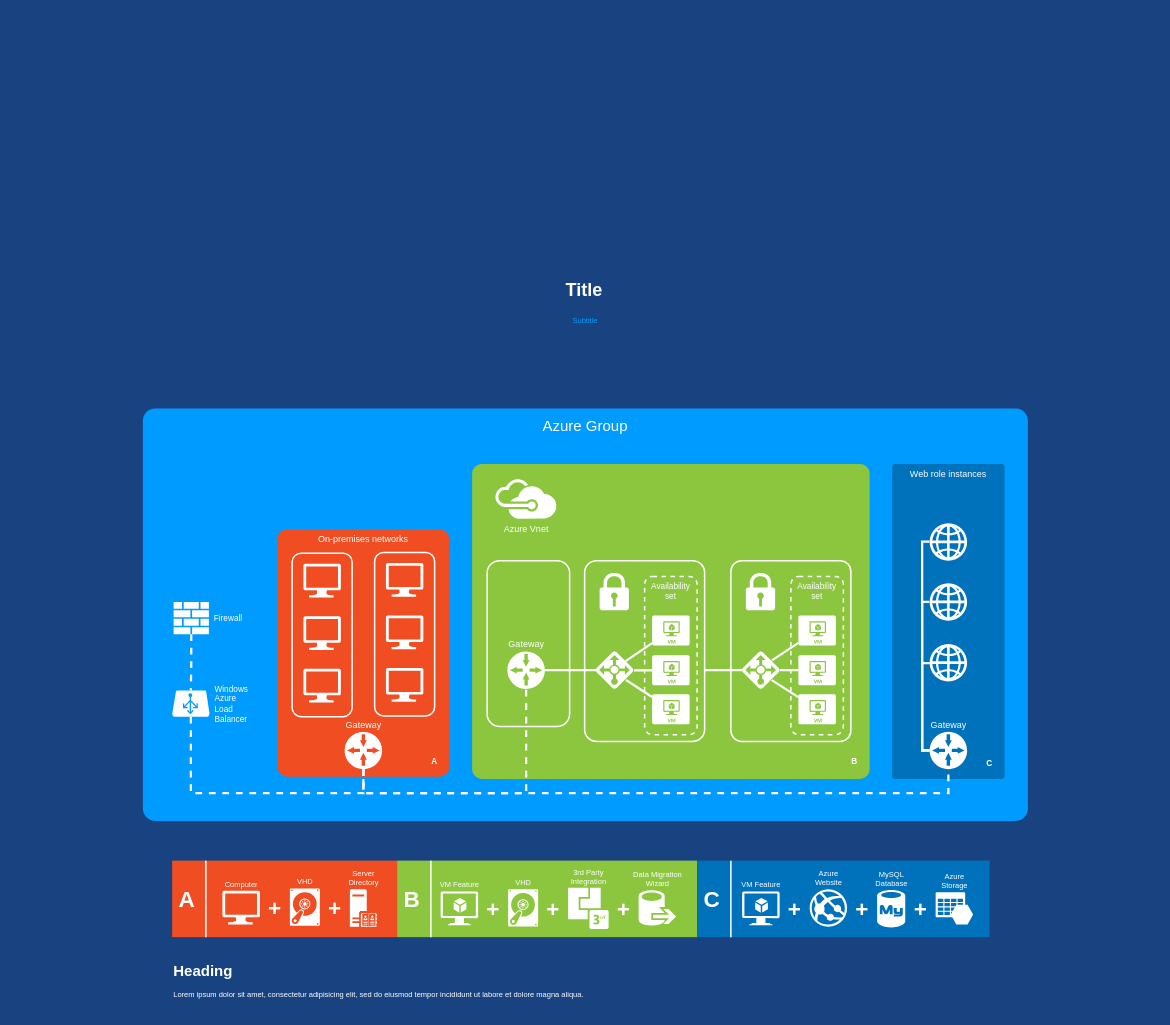
Above: Untitled Diagram.drawio in clancytom/u-ultimate.js (draw.io), before the change. Source tidied: cells renumbered, new cells numbered last; positions are measured from the earlier drawing's top-left corner, leaving out a move shared by most shapes. Both pictures are drawn from the tidied source at 75%, with x=0, y=0 at pixel (13, 275). Pictures stored in the file or linked from it are replaced by grey dashed boxes.
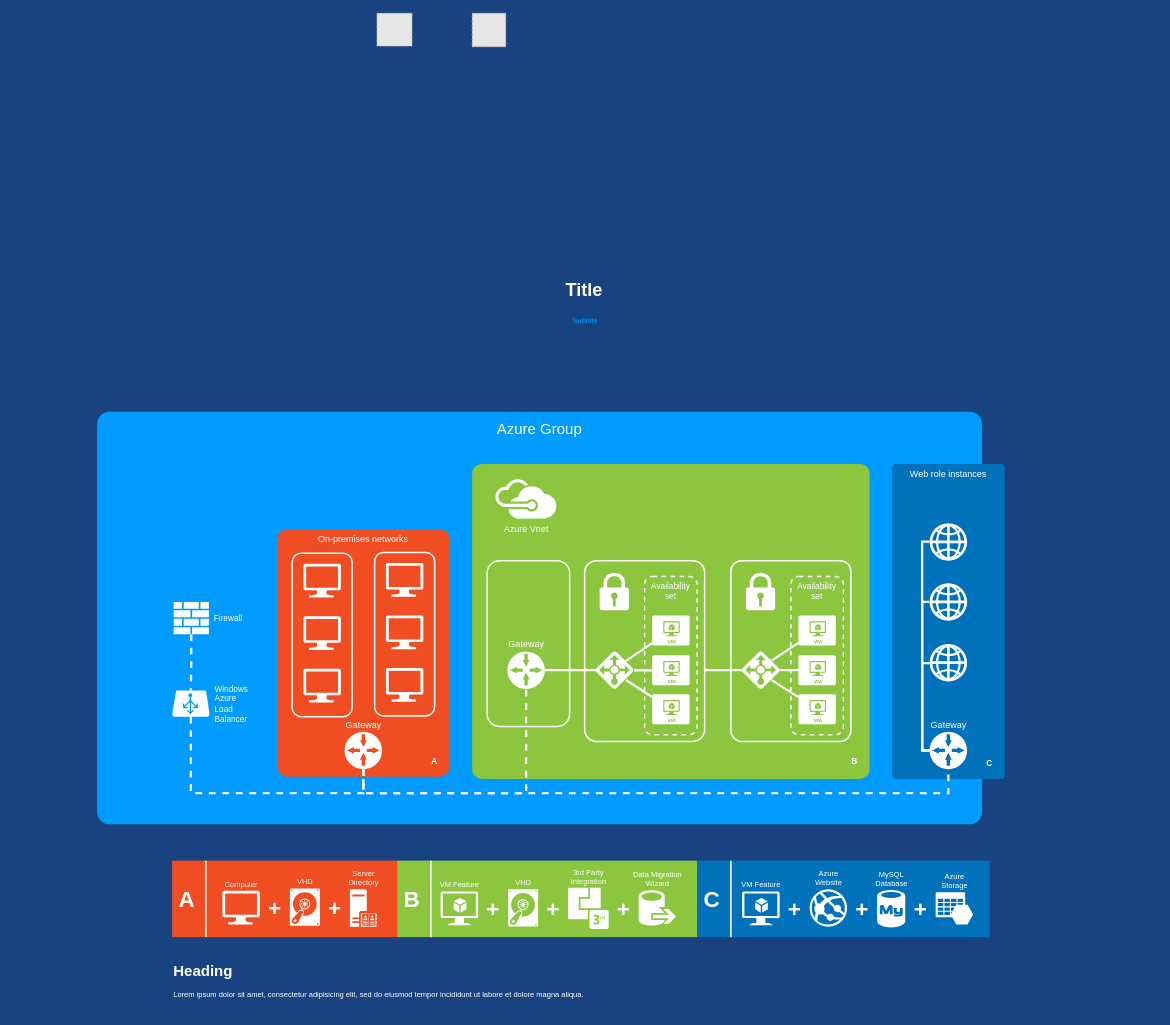
After the change.

Diff of the diagram source:
```diff
@@
     <mxCell id="2" value="Azure Group" style="whiteSpace=wrap;html=1;rounded=1;shadow=0;strokeColor=none;strokeWidth=2;fillColor=#009BFF;fontSize=20;fontColor=#FFFFFF;align=center;arcSize=3;verticalAlign=top;spacingTop=4;" parent="1" vertex="1">
-      <mxGeometry x="173" y="177" width="1180" height="550" as="geometry" />
+      <mxGeometry x="112" y="181.5" width="1180" height="550" as="geometry" />
     </mxCell>
@@
-    <mxCell id="5" style="rounded=1;whiteSpace=wrap;html=1;shadow=0;strokeWidth=2;fillColor=none;fontSize=12;fontColor=#000000;align=center;strokeColor=#FFFFFF;arcSize=10;" parent="1" vertex="1">
-      <mxGeometry x="762" y="380" width="160" height="241" as="geometry" />
-    </mxCell>
@@
+    <mxCell id="87" style="fillColor=#E6E6E6;strokeColor=#999999;dashed=1;verticalLabelPosition=bottom;labelBackgroundColor=#ffffff;verticalAlign=top;" parent="1" vertex="1">
+      <mxGeometry x="485" y="-350" width="47" height="44" as="geometry" />
+    </mxCell>
+    <mxCell id="88" style="fillColor=#E6E6E6;strokeColor=#999999;dashed=1;verticalLabelPosition=bottom;labelBackgroundColor=#ffffff;verticalAlign=top;" parent="1" vertex="1">
+      <mxGeometry x="612" y="-350" width="45" height="45" as="geometry" />
+    </mxCell>
+    <mxCell id="5" style="rounded=1;whiteSpace=wrap;html=1;shadow=0;strokeWidth=2;fillColor=none;fontSize=12;fontColor=#000000;align=center;strokeColor=#FFFFFF;arcSize=10;" parent="1" vertex="1">
+      <mxGeometry x="762" y="380" width="160" height="241" as="geometry" />
+    </mxCell>
```
